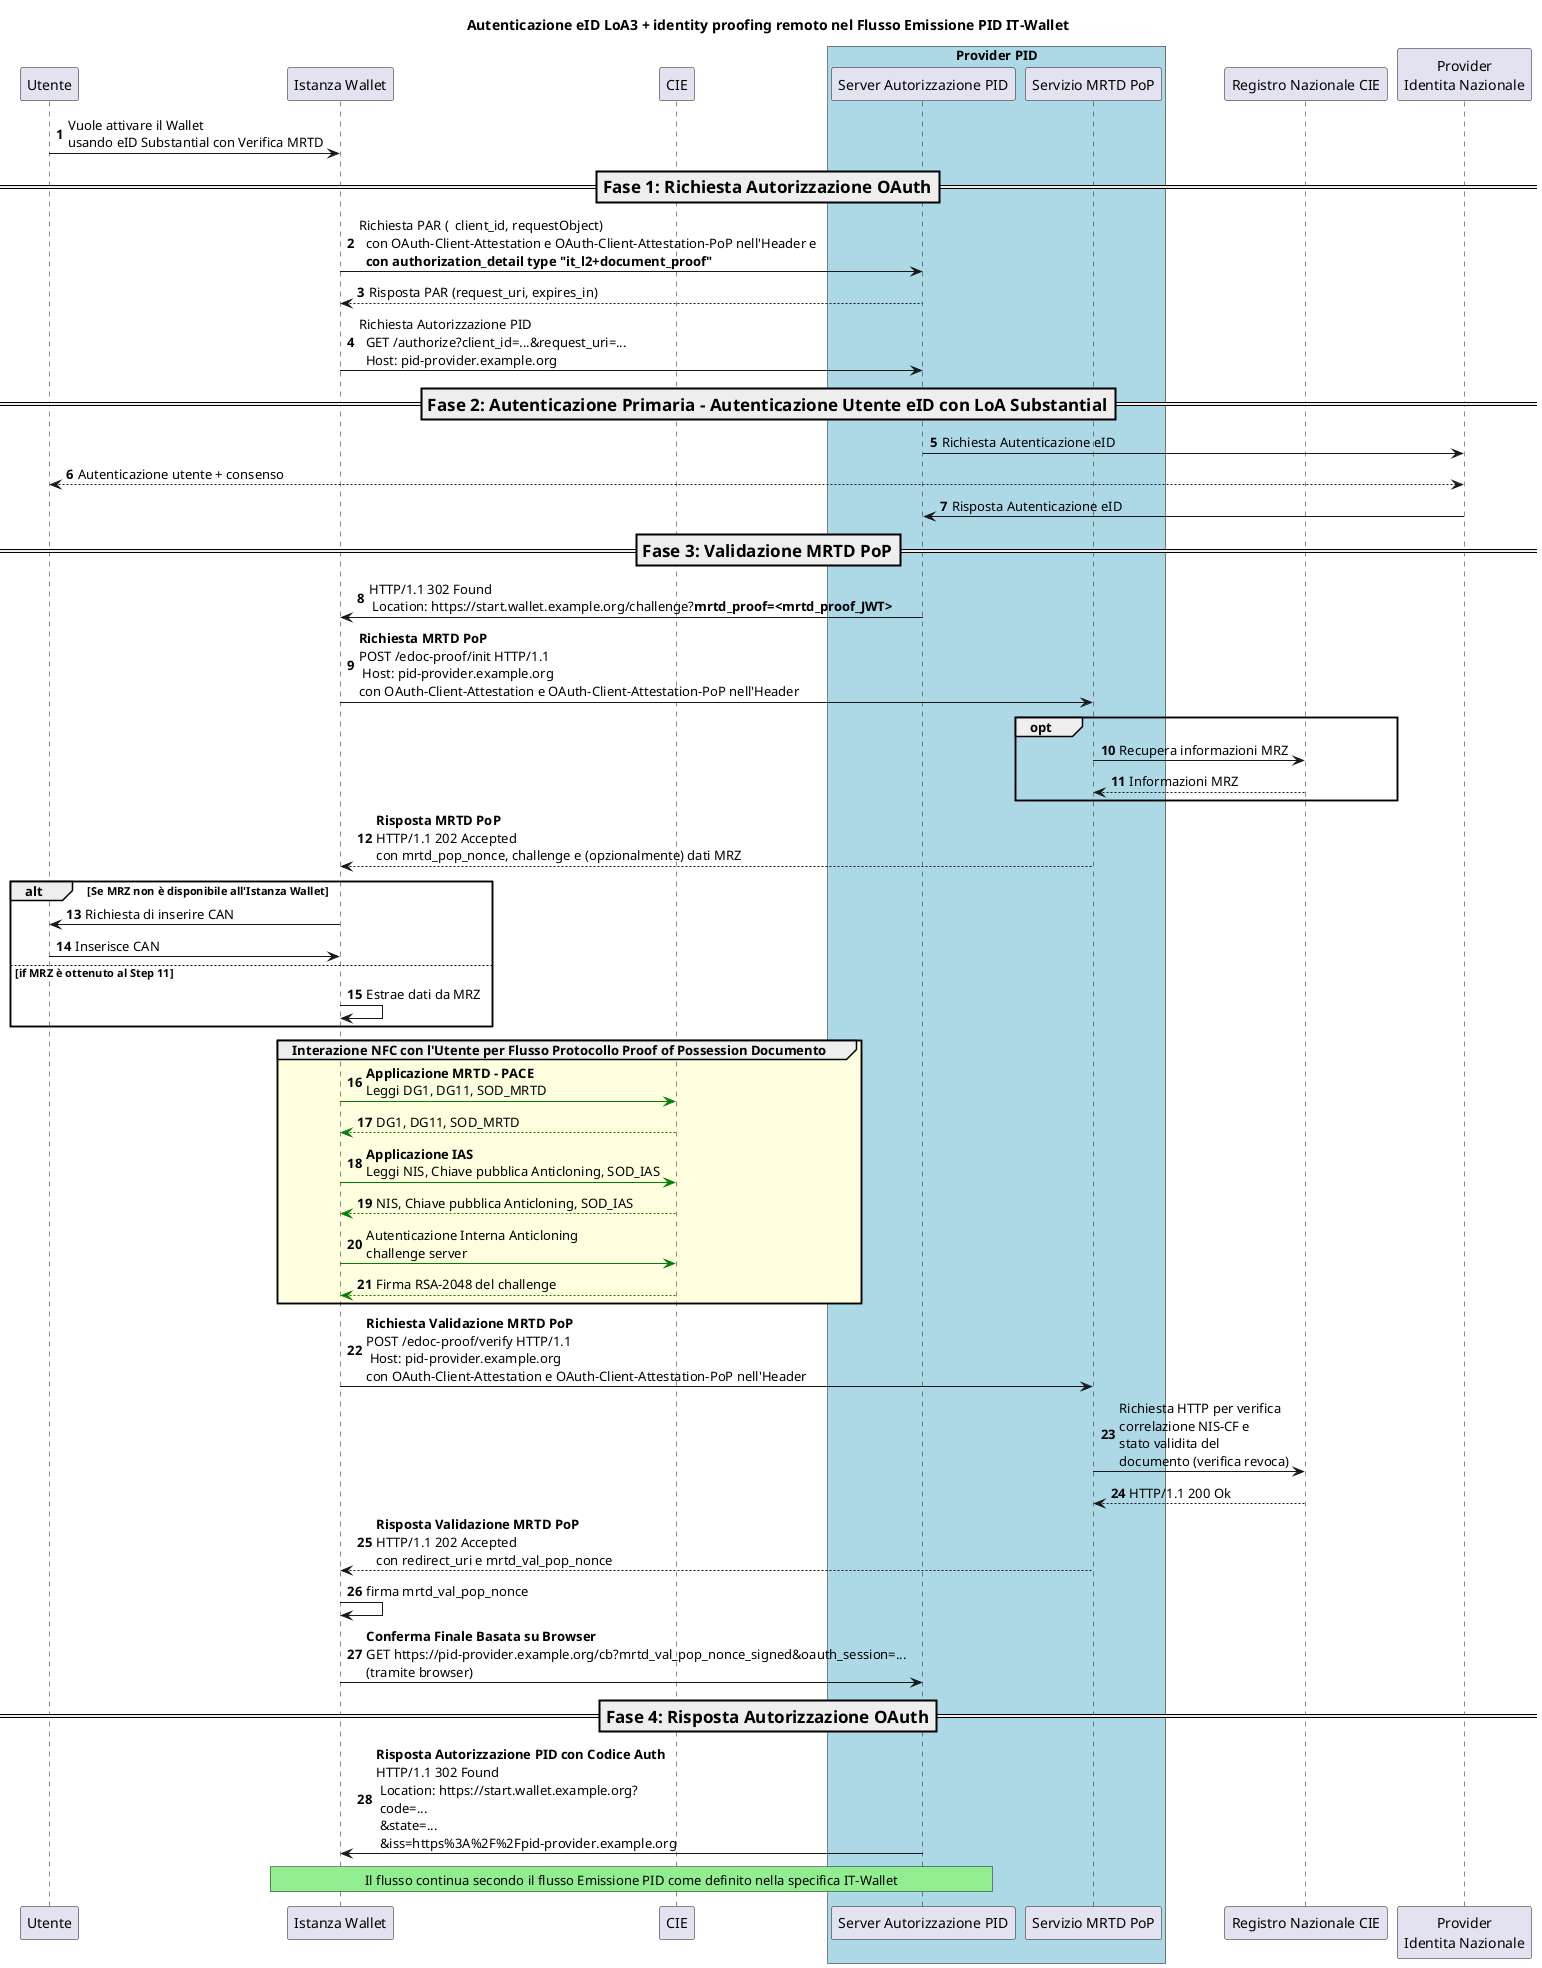
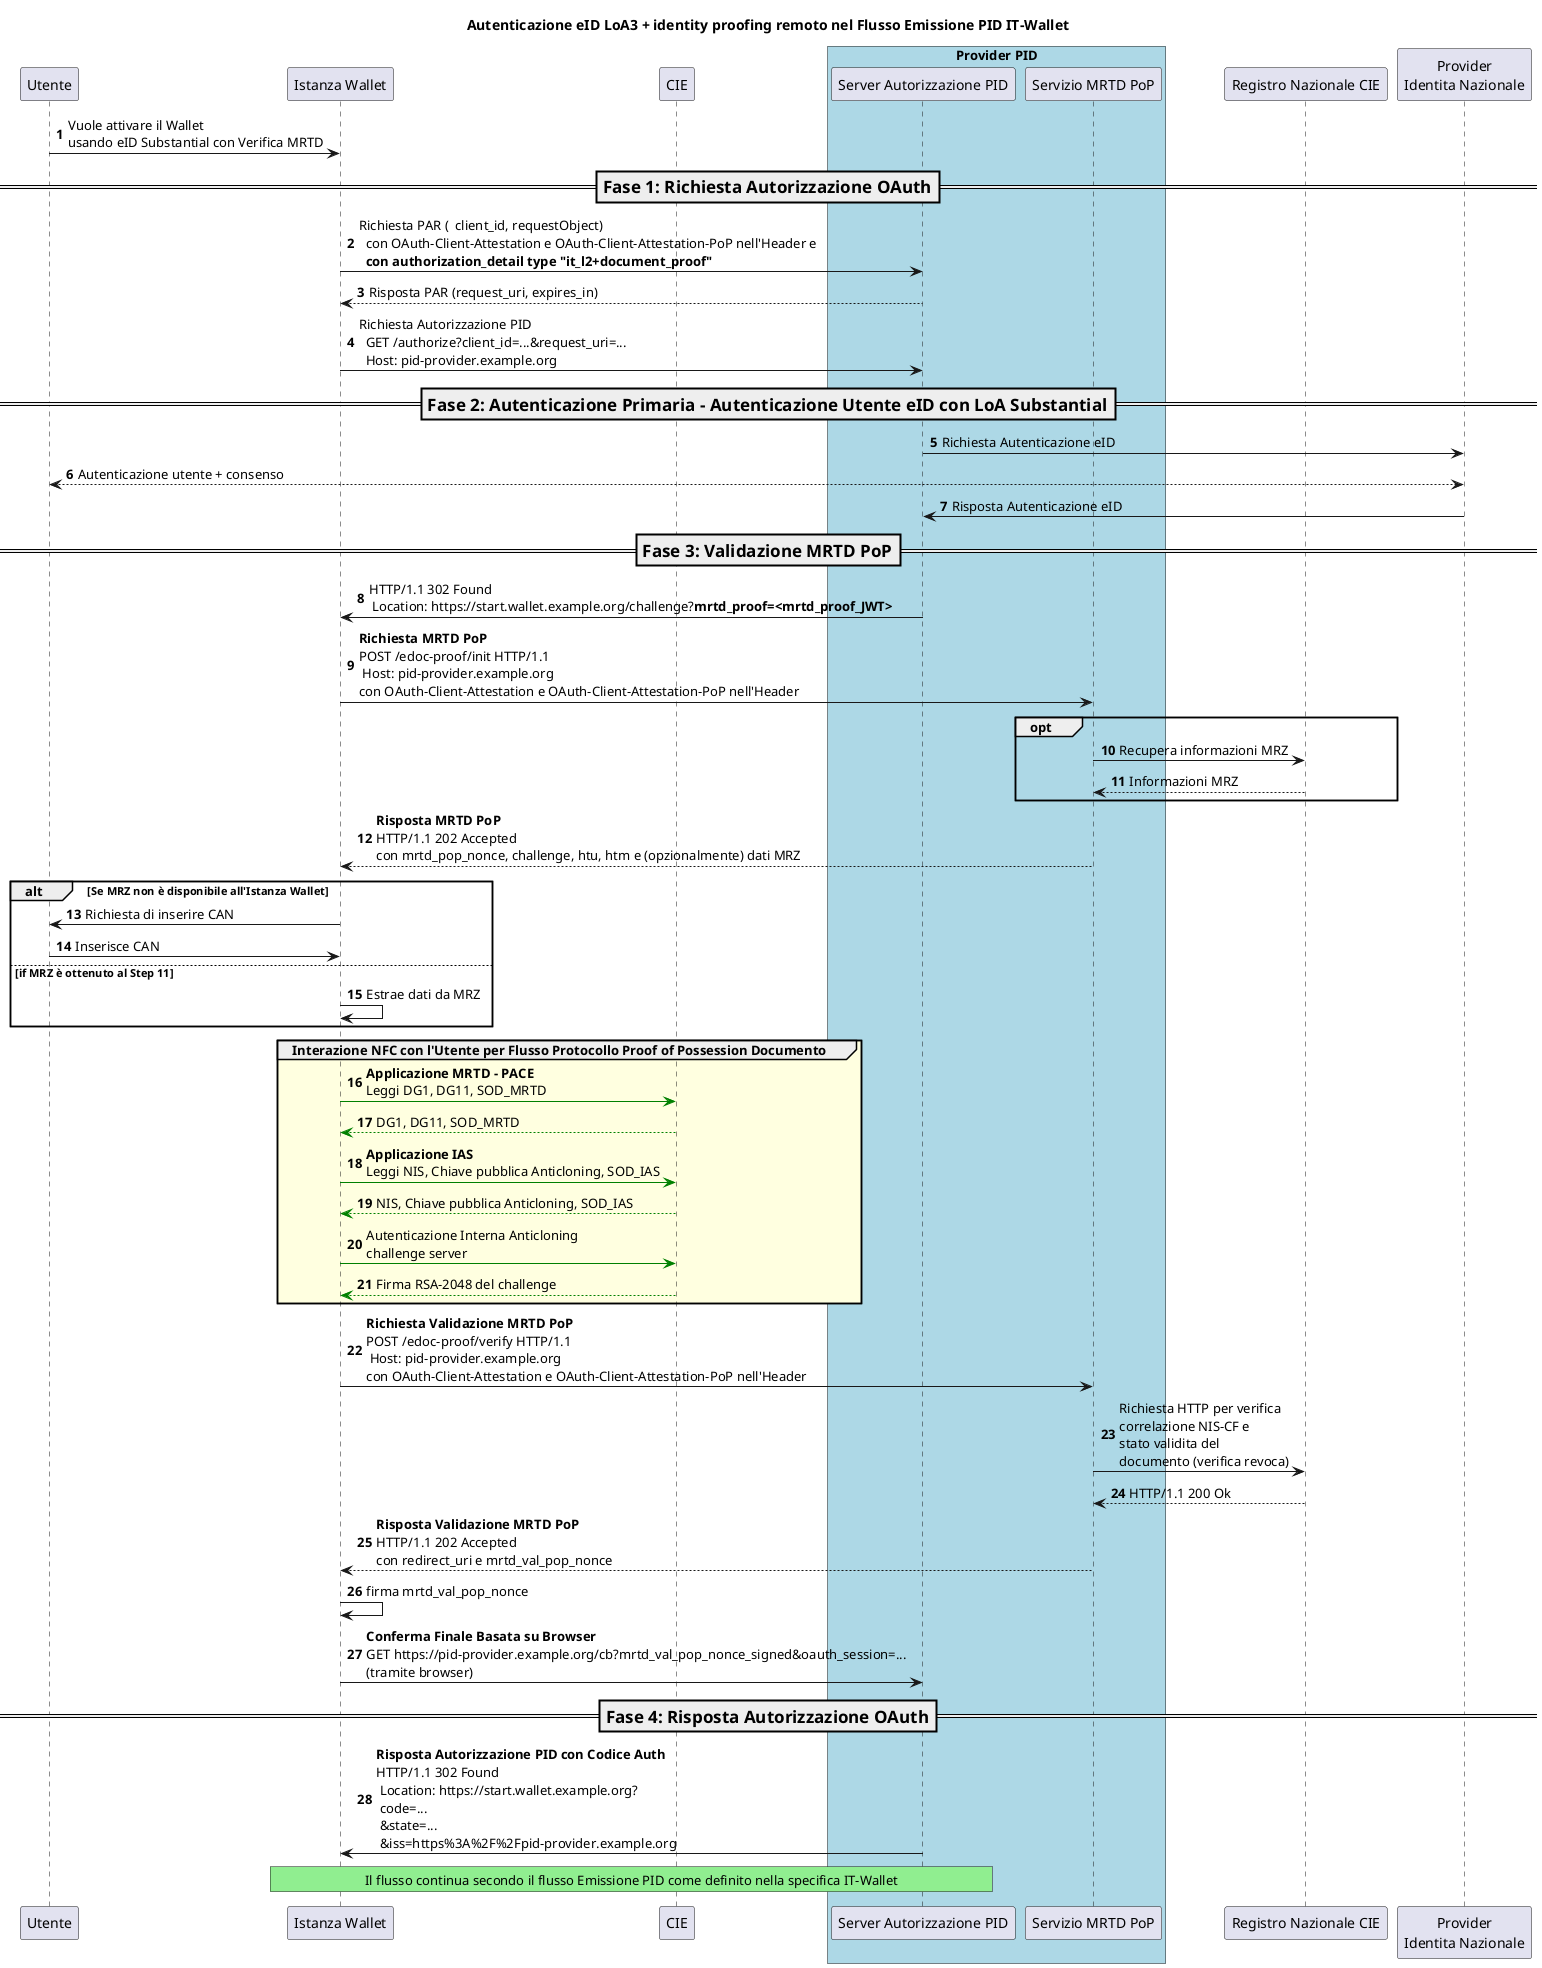
- @startuml Autenticazione eID LoA3 + identity proofing remoto nel Flusso Emissione PID IT-Wallet
+ @startuml
'!theme cerulean-outline
autonumber
participant "Utente" as U
participant "Istanza Wallet" as A
participant "CIE" as C
box  "Provider PID" #LightBlue
participant "Server Autorizzazione PID" as AS
participant "Servizio MRTD PoP" as DPOPS
end box
participant "Registro Nazionale CIE" as MIN
participant "Provider\nIdentita Nazionale" as IDP


title Autenticazione eID LoA3 + identity proofing remoto nel Flusso Emissione PID IT-Wallet

U -> A: Vuole attivare il Wallet \nusando eID Substantial con Verifica MRTD

=== Fase 1: Richiesta Autorizzazione OAuth ==
A -> AS : Richiesta PAR (  client_id, requestObject) \n  con OAuth-Client-Attestation e OAuth-Client-Attestation-PoP nell'Header e\n  **con authorization_detail type "it_l2+document_proof"**

AS --> A : Risposta PAR (request_uri, expires_in)
A -> AS: Richiesta Autorizzazione PID \n  GET /authorize?client_id=...&request_uri=...\n  Host: pid-provider.example.org

=== Fase 2: Autenticazione Primaria - Autenticazione Utente eID con LoA Substantial ==
AS -> IDP: Richiesta Autenticazione eID
IDP <--> U: Autenticazione utente + consenso
IDP -> AS: Risposta Autenticazione eID

=== Fase 3: Validazione MRTD PoP ==
AS -> A: HTTP/1.1 302 Found\n Location: https://start.wallet.example.org/challenge?**mrtd_proof=<mrtd_proof_JWT>**

A -> DPOPS: **Richiesta MRTD PoP**\nPOST /edoc-proof/init HTTP/1.1\n Host: pid-provider.example.org\ncon OAuth-Client-Attestation e OAuth-Client-Attestation-PoP nell'Header

opt
    DPOPS -> MIN:  Recupera informazioni MRZ
    MIN --> DPOPS: Informazioni MRZ
end

- DPOPS --> A: **Risposta MRTD PoP**\nHTTP/1.1 202 Accepted\ncon mrtd_pop_nonce, challenge e (opzionalmente) dati MRZ
+ DPOPS --> A: **Risposta MRTD PoP**\nHTTP/1.1 202 Accepted\ncon mrtd_pop_nonce, challenge, htu, htm e (opzionalmente) dati MRZ

alt Se MRZ non è disponibile all'Istanza Wallet
    A -> U: Richiesta di inserire CAN
    U -> A: Inserisce CAN
else if MRZ è ottenuto al Step 11
    A -> A: Estrae dati da MRZ
end

group #LightYellow Interazione NFC con l'Utente per Flusso Protocollo Proof of Possession Documento
    A -[#green]> C : **Applicazione MRTD - PACE**\nLeggi DG1, DG11, SOD_MRTD
    C --[#green]> A : DG1, DG11, SOD_MRTD

    A -[#green]> C : **Applicazione IAS**\nLeggi NIS, Chiave pubblica Anticloning, SOD_IAS
    C --[#green]> A : NIS, Chiave pubblica Anticloning, SOD_IAS
    A -[#green]> C: Autenticazione Interna Anticloning\nchallenge server
    C --[#green]> A : Firma RSA-2048 del challenge
end

A -> DPOPS: **Richiesta Validazione MRTD PoP**\nPOST /edoc-proof/verify HTTP/1.1\n Host: pid-provider.example.org\ncon OAuth-Client-Attestation e OAuth-Client-Attestation-PoP nell'Header

DPOPS -> MIN: Richiesta HTTP per verifica \ncorrelazione NIS-CF e\nstato validita del \ndocumento (verifica revoca)

MIN --> DPOPS: HTTP/1.1 200 Ok

DPOPS --> A: **Risposta Validazione MRTD PoP**\nHTTP/1.1 202 Accepted\ncon redirect_uri e mrtd_val_pop_nonce

A -> A: firma mrtd_val_pop_nonce

A -> AS: **Conferma Finale Basata su Browser**\nGET https://pid-provider.example.org/cb?mrtd_val_pop_nonce_signed&oauth_session=...\n(tramite browser)

=== Fase 4: Risposta Autorizzazione OAuth ==
AS -> A: **Risposta Autorizzazione PID con Codice Auth**\nHTTP/1.1 302 Found\n Location: https://start.wallet.example.org?\n code=...\n &state=...\n &iss=https%3A%2F%2Fpid-provider.example.org

rnote over A,AS #LIGHTGREEN
Il flusso continua secondo il flusso Emissione PID come definito nella specifica IT-Wallet
endrnote
@enduml